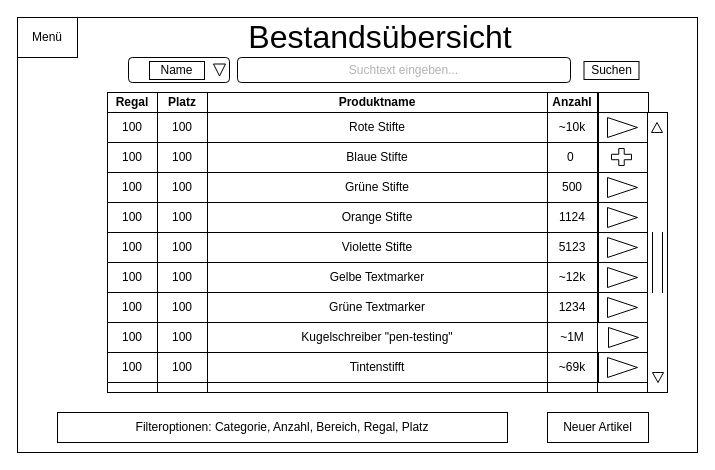
Earlier version of the draw.io diagram dev/mockups/raw/Bestandsansicht.drawio (callidaria/pen-testing). Source tidied: cells renumbered, new cells numbered last; positions are measured from the earlier drawing's top-left corner, leaving out a move shared by most shapes. Both pictures are drawn from the tidied source at 100%, with x=0, y=0 at pixel (17, 17).
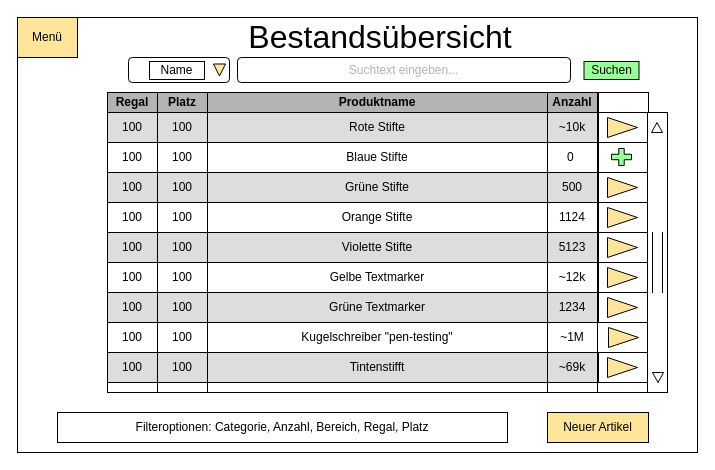
After the change.

What changed in the source:
```diff
@@
-    <mxCell id="5" value="100" style="rounded=0;whiteSpace=wrap;html=1;" parent="1" vertex="1">
+    <mxCell id="5" value="100" style="rounded=0;whiteSpace=wrap;html=1;fillColor=#DDDDDD;" parent="1" vertex="1">
       <mxGeometry x="140" y="95" width="50" height="30" as="geometry" />
     </mxCell>
-    <mxCell id="6" value="100" style="rounded=0;whiteSpace=wrap;html=1;" parent="1" vertex="1">
+    <mxCell id="6" value="100" style="rounded=0;whiteSpace=wrap;html=1;fillColor=#DDDDDD;" parent="1" vertex="1">
       <mxGeometry x="90" y="95" width="50" height="30" as="geometry" />
     </mxCell>
-    <mxCell id="7" value="Rote Stifte" style="rounded=0;whiteSpace=wrap;html=1;" parent="1" vertex="1">
+    <mxCell id="7" value="Rote Stifte" style="rounded=0;whiteSpace=wrap;html=1;fillColor=#DDDDDD;" parent="1" vertex="1">
       <mxGeometry x="190" y="95" width="340" height="30" as="geometry" />
     </mxCell>
@@
-    <mxCell id="9" style="triangle;whiteSpace=wrap;html=1;" parent="1" vertex="1">
+    <mxCell id="9" style="triangle;whiteSpace=wrap;html=1;strokeColor=#000000;fillColor=#FFE599;" parent="1" vertex="1">
       <mxGeometry x="590" y="100" width="30" height="20" as="geometry" />
     </mxCell>
-    <mxCell id="10" value="~10k" style="rounded=0;whiteSpace=wrap;html=1;" parent="1" vertex="1">
+    <mxCell id="10" value="~10k" style="rounded=0;whiteSpace=wrap;html=1;fillColor=#DDDDDD;" parent="1" vertex="1">
       <mxGeometry x="530" y="95" width="50" height="30" as="geometry" />
     </mxCell>
-    <mxCell id="11" value="Regal" style="rounded=0;whiteSpace=wrap;html=1;fontStyle=1;" parent="1" vertex="1">
+    <mxCell id="11" value="Regal" style="rounded=0;whiteSpace=wrap;html=1;fontStyle=1;fillColor=#B3B3B3;" parent="1" vertex="1">
       <mxGeometry x="90" y="75" width="50" height="20" as="geometry" />
     </mxCell>
-    <mxCell id="12" value="Produktname" style="rounded=0;whiteSpace=wrap;html=1;fontStyle=1;" parent="1" vertex="1">
+    <mxCell id="12" value="Produktname" style="rounded=0;whiteSpace=wrap;html=1;fontStyle=1;fillColor=#B3B3B3;" parent="1" vertex="1">
       <mxGeometry x="190" y="75" width="340" height="20" as="geometry" />
     </mxCell>
-    <mxCell id="13" value="Platz" style="rounded=0;whiteSpace=wrap;html=1;fontStyle=1;" parent="1" vertex="1">
+    <mxCell id="13" value="Platz" style="rounded=0;whiteSpace=wrap;html=1;fontStyle=1;fillColor=#B3B3B3;" parent="1" vertex="1">
       <mxGeometry x="140" y="75" width="50" height="20" as="geometry" />
     </mxCell>
-    <mxCell id="14" value="Anzahl" style="rounded=0;whiteSpace=wrap;html=1;fontStyle=1;" parent="1" vertex="1">
+    <mxCell id="14" value="Anzahl" style="rounded=0;whiteSpace=wrap;html=1;fontStyle=1;fillColor=#B3B3B3;" parent="1" vertex="1">
       <mxGeometry x="530" y="75" width="50" height="20" as="geometry" />
     </mxCell>
@@
-    <mxCell id="21" value="100" style="rounded=0;whiteSpace=wrap;html=1;" parent="1" vertex="1">
+    <mxCell id="21" value="100" style="rounded=0;whiteSpace=wrap;html=1;fillColor=#DDDDDD;" parent="1" vertex="1">
       <mxGeometry x="140" y="155" width="50" height="30" as="geometry" />
     </mxCell>
-    <mxCell id="22" value="100" style="rounded=0;whiteSpace=wrap;html=1;" parent="1" vertex="1">
+    <mxCell id="22" value="100" style="rounded=0;whiteSpace=wrap;html=1;fillColor=#DDDDDD;" parent="1" vertex="1">
       <mxGeometry x="90" y="155" width="50" height="30" as="geometry" />
     </mxCell>
-    <mxCell id="23" value="Grüne Stifte" style="rounded=0;whiteSpace=wrap;html=1;" parent="1" vertex="1">
+    <mxCell id="23" value="Grüne Stifte" style="rounded=0;whiteSpace=wrap;html=1;fillColor=#DDDDDD;" parent="1" vertex="1">
       <mxGeometry x="190" y="155" width="340" height="30" as="geometry" />
     </mxCell>
@@
-    <mxCell id="25" style="triangle;whiteSpace=wrap;html=1;" parent="1" vertex="1">
+    <mxCell id="25" style="triangle;whiteSpace=wrap;html=1;strokeColor=#000000;fillColor=#FFE599;" parent="1" vertex="1">
       <mxGeometry x="590" y="160" width="30" height="20" as="geometry" />
     </mxCell>
-    <mxCell id="26" value="500" style="rounded=0;whiteSpace=wrap;html=1;" parent="1" vertex="1">
+    <mxCell id="26" value="500" style="rounded=0;whiteSpace=wrap;html=1;fillColor=#DDDDDD;" parent="1" vertex="1">
       <mxGeometry x="530" y="155" width="50" height="30" as="geometry" />
     </mxCell>
@@
-    <mxCell id="31" style="triangle;whiteSpace=wrap;html=1;" parent="1" vertex="1">
+    <mxCell id="31" style="triangle;whiteSpace=wrap;html=1;strokeColor=#000000;fillColor=#FFE599;" parent="1" vertex="1">
       <mxGeometry x="590" y="190" width="30" height="20" as="geometry" />
     </mxCell>
@@
-    <mxCell id="33" value="100" style="rounded=0;whiteSpace=wrap;html=1;" parent="1" vertex="1">
+    <mxCell id="33" value="100" style="rounded=0;whiteSpace=wrap;html=1;fillColor=#DDDDDD;" parent="1" vertex="1">
       <mxGeometry x="140" y="215" width="50" height="30" as="geometry" />
     </mxCell>
-    <mxCell id="34" value="100" style="rounded=0;whiteSpace=wrap;html=1;" parent="1" vertex="1">
+    <mxCell id="34" value="100" style="rounded=0;whiteSpace=wrap;html=1;fillColor=#DDDDDD;" parent="1" vertex="1">
       <mxGeometry x="90" y="215" width="50" height="30" as="geometry" />
     </mxCell>
-    <mxCell id="35" value="Violette Stifte" style="rounded=0;whiteSpace=wrap;html=1;" parent="1" vertex="1">
+    <mxCell id="35" value="Violette Stifte" style="rounded=0;whiteSpace=wrap;html=1;fillColor=#DDDDDD;" parent="1" vertex="1">
       <mxGeometry x="190" y="215" width="340" height="30" as="geometry" />
     </mxCell>
@@
-    <mxCell id="37" style="triangle;whiteSpace=wrap;html=1;" parent="1" vertex="1">
+    <mxCell id="37" style="triangle;whiteSpace=wrap;html=1;strokeColor=#000000;fillColor=#FFE599;" parent="1" vertex="1">
       <mxGeometry x="590" y="220" width="30" height="20" as="geometry" />
     </mxCell>
-    <mxCell id="38" value="5123" style="rounded=0;whiteSpace=wrap;html=1;" parent="1" vertex="1">
+    <mxCell id="38" value="5123" style="rounded=0;whiteSpace=wrap;html=1;fillColor=#DDDDDD;" parent="1" vertex="1">
       <mxGeometry x="530" y="215" width="50" height="30" as="geometry" />
     </mxCell>
@@
-    <mxCell id="43" style="triangle;whiteSpace=wrap;html=1;" parent="1" vertex="1">
+    <mxCell id="43" style="triangle;whiteSpace=wrap;html=1;strokeColor=#000000;fillColor=#FFE599;" parent="1" vertex="1">
       <mxGeometry x="590" y="250" width="30" height="20" as="geometry" />
     </mxCell>
@@
-    <mxCell id="45" value="100" style="rounded=0;whiteSpace=wrap;html=1;" parent="1" vertex="1">
+    <mxCell id="45" value="100" style="rounded=0;whiteSpace=wrap;html=1;fillColor=#DDDDDD;" parent="1" vertex="1">
       <mxGeometry x="140" y="275" width="50" height="30" as="geometry" />
     </mxCell>
-    <mxCell id="46" value="100" style="rounded=0;whiteSpace=wrap;html=1;" parent="1" vertex="1">
+    <mxCell id="46" value="100" style="rounded=0;whiteSpace=wrap;html=1;fillColor=#DDDDDD;" parent="1" vertex="1">
       <mxGeometry x="90" y="275" width="50" height="30" as="geometry" />
     </mxCell>
-    <mxCell id="47" value="Grüne Textmarker" style="rounded=0;whiteSpace=wrap;html=1;" parent="1" vertex="1">
+    <mxCell id="47" value="Grüne Textmarker" style="rounded=0;whiteSpace=wrap;html=1;fillColor=#DDDDDD;" parent="1" vertex="1">
       <mxGeometry x="190" y="275" width="340" height="30" as="geometry" />
     </mxCell>
@@
-    <mxCell id="49" style="triangle;whiteSpace=wrap;html=1;" parent="1" vertex="1">
+    <mxCell id="49" style="triangle;whiteSpace=wrap;html=1;strokeColor=#000000;fillColor=#FFE599;" parent="1" vertex="1">
       <mxGeometry x="590" y="280" width="30" height="20" as="geometry" />
     </mxCell>
-    <mxCell id="50" value="1234" style="rounded=0;whiteSpace=wrap;html=1;" parent="1" vertex="1">
+    <mxCell id="50" value="1234" style="rounded=0;whiteSpace=wrap;html=1;fillColor=#DDDDDD;" parent="1" vertex="1">
       <mxGeometry x="530" y="275" width="50" height="30" as="geometry" />
     </mxCell>
@@
-    <mxCell id="55" style="triangle;whiteSpace=wrap;html=1;" parent="1" vertex="1">
+    <mxCell id="55" style="triangle;whiteSpace=wrap;html=1;strokeColor=#000000;fillColor=#FFE599;" parent="1" vertex="1">
       <mxGeometry x="591" y="310" width="30" height="20" as="geometry" />
     </mxCell>
@@
-    <mxCell id="57" value="100" style="rounded=0;whiteSpace=wrap;html=1;" parent="1" vertex="1">
+    <mxCell id="57" value="100" style="rounded=0;whiteSpace=wrap;html=1;fillColor=#DDDDDD;" parent="1" vertex="1">
       <mxGeometry x="140" y="335" width="50" height="30" as="geometry" />
     </mxCell>
-    <mxCell id="58" value="100" style="rounded=0;whiteSpace=wrap;html=1;" parent="1" vertex="1">
+    <mxCell id="58" value="100" style="rounded=0;whiteSpace=wrap;html=1;fillColor=#DDDDDD;" parent="1" vertex="1">
       <mxGeometry x="90" y="335" width="50" height="30" as="geometry" />
     </mxCell>
-    <mxCell id="59" value="Tintenstifft" style="rounded=0;whiteSpace=wrap;html=1;" parent="1" vertex="1">
+    <mxCell id="59" value="Tintenstifft" style="rounded=0;whiteSpace=wrap;html=1;fillColor=#DDDDDD;" parent="1" vertex="1">
       <mxGeometry x="190" y="335" width="340" height="30" as="geometry" />
     </mxCell>
@@
-    <mxCell id="61" style="triangle;whiteSpace=wrap;html=1;" parent="1" vertex="1">
+    <mxCell id="61" style="triangle;whiteSpace=wrap;html=1;strokeColor=#000000;fillColor=#FFE599;" parent="1" vertex="1">
       <mxGeometry x="590" y="340" width="30" height="20" as="geometry" />
     </mxCell>
-    <mxCell id="62" value="~69k" style="rounded=0;whiteSpace=wrap;html=1;" parent="1" vertex="1">
+    <mxCell id="62" value="~69k" style="rounded=0;whiteSpace=wrap;html=1;fillColor=#DDDDDD;" parent="1" vertex="1">
       <mxGeometry x="530" y="335" width="50" height="30" as="geometry" />
     </mxCell>
@@
-    <mxCell id="68" style="shape=cross;whiteSpace=wrap;html=1;size=0.32;" parent="1" vertex="1">
+    <mxCell id="68" style="shape=cross;whiteSpace=wrap;html=1;size=0.32;fillColor=#99FF99;" parent="1" vertex="1">
       <mxGeometry x="594" y="131" width="20" height="17" as="geometry" />
     </mxCell>
@@
-    <mxCell id="70" value="Neuer Artikel" style="rounded=0;whiteSpace=wrap;html=1;" parent="1" vertex="1">
+    <mxCell id="70" value="Neuer Artikel" style="rounded=0;whiteSpace=wrap;html=1;fillColor=#FFE599;" parent="1" vertex="1">
       <mxGeometry x="530" y="395" width="101" height="30" as="geometry" />
     </mxCell>
@@
-    <mxCell id="72" value="Menü" style="rounded=0;whiteSpace=wrap;html=1;" parent="1" vertex="1">
+    <mxCell id="72" value="Menü" style="rounded=0;whiteSpace=wrap;html=1;fillColor=#FFE599;" parent="1" vertex="1">
       <mxGeometry width="60" height="40" as="geometry" />
     </mxCell>
@@
-    <mxCell id="78" style="triangle;whiteSpace=wrap;html=1;rotation=90;" parent="1" vertex="1">
+    <mxCell id="78" style="triangle;whiteSpace=wrap;html=1;rotation=90;fillColor=#FFE599;" parent="1" vertex="1">
       <mxGeometry x="196" y="46.5" width="12" height="12" as="geometry" />
     </mxCell>
@@
-    <mxCell id="80" value="&lt;span style=&quot;white-space: normal&quot;&gt;Suchen&lt;/span&gt;" style="rounded=0;whiteSpace=wrap;html=1;" parent="1" vertex="1">
+    <mxCell id="80" value="&lt;span style=&quot;white-space: normal&quot;&gt;Suchen&lt;/span&gt;" style="rounded=0;whiteSpace=wrap;html=1;fillColor=#99FF99;" parent="1" vertex="1">
       <mxGeometry x="566.5" y="44" width="55" height="18" as="geometry" />
     </mxCell>
```
